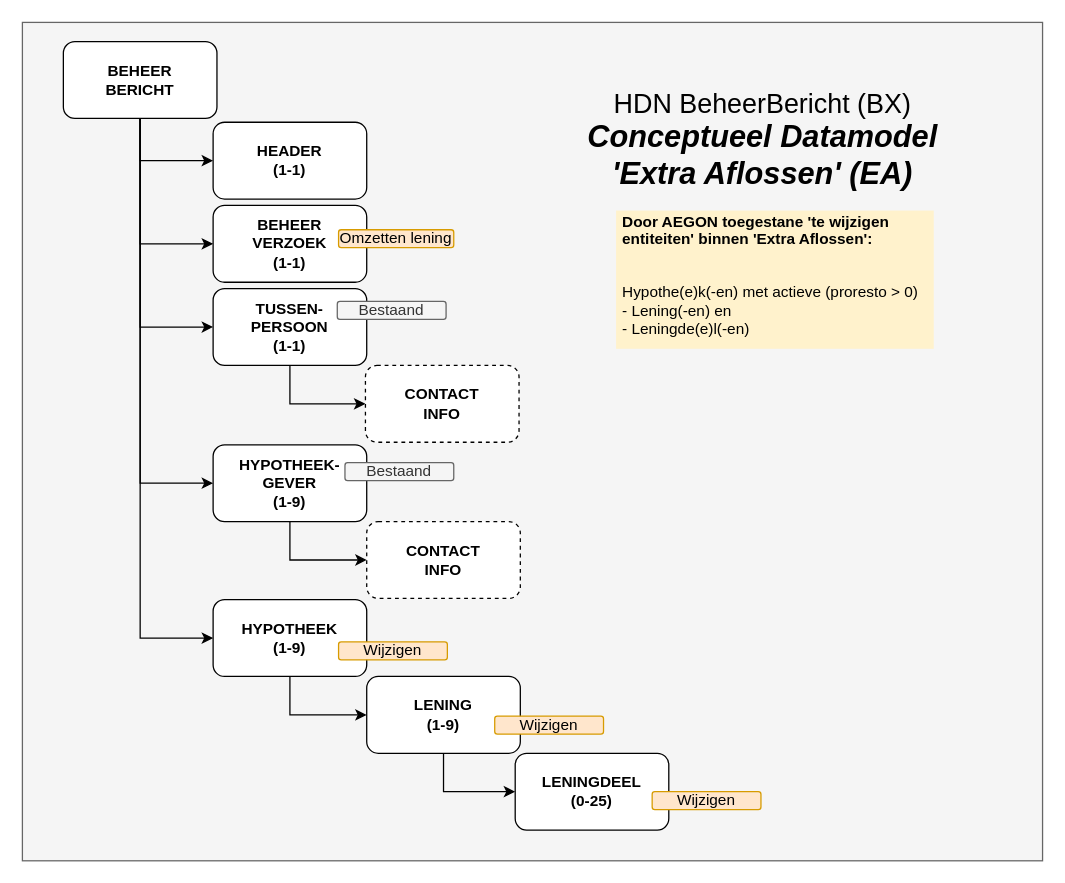
Before: page "DataModel EA" (1 of 4) of HDN_BX_MM_ExtraAflossing.drawio in luchthandel/diagrams, a draw.io diagram. Source tidied: cells renumbered, new cells numbered last; positions are measured from the earlier drawing's top-left corner, leaving out a move shared by most shapes. Both pictures are drawn from the tidied source at 128%, with x=0, y=0 at pixel (22, 22).
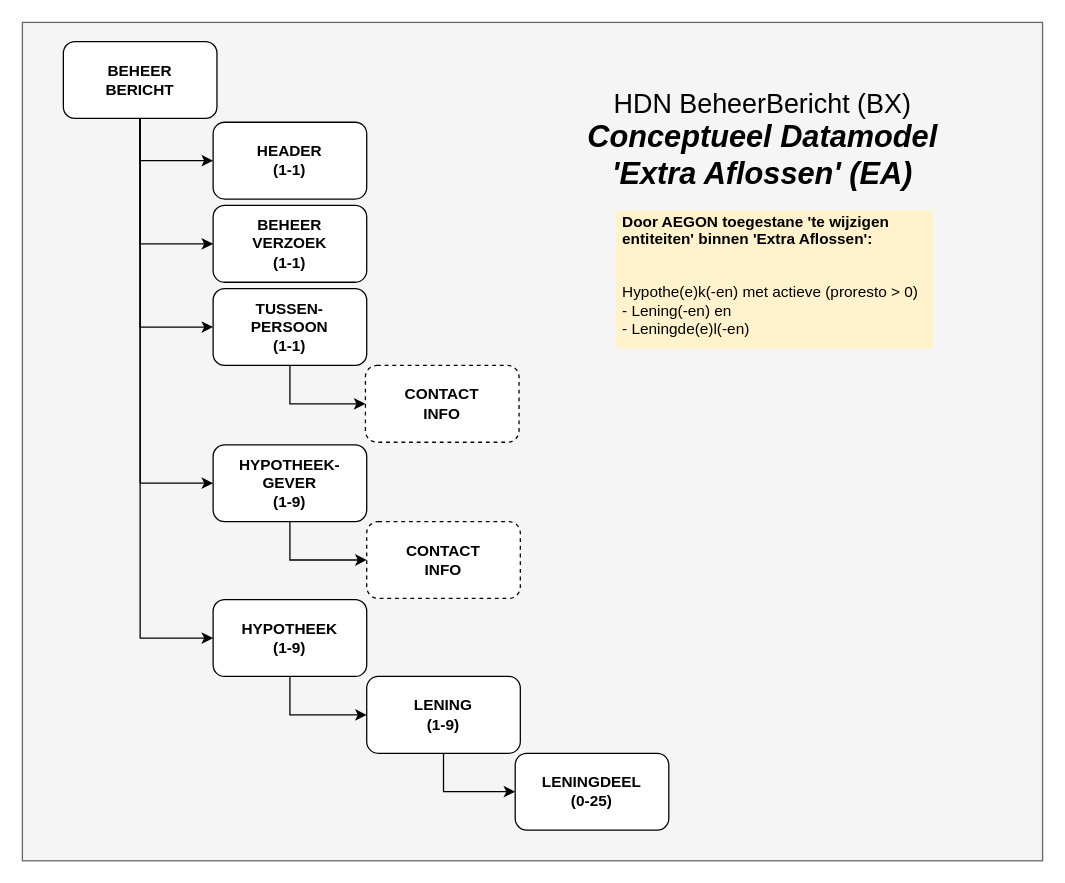
Above is the later version.

Diff of the diagram source:
```diff
@@
-    <mxCell id="20" value="&lt;span style=&quot;font-weight: 400&quot;&gt;Bestaand&lt;/span&gt;" style="rounded=1;whiteSpace=wrap;html=1;fontStyle=1;fillColor=#f5f5f5;strokeColor=#666666;fontColor=#333333;" parent="1" vertex="1">
-      <mxGeometry x="252" y="344" width="85" height="14" as="geometry" />
-    </mxCell>
-    <mxCell id="21" value="&lt;span style=&quot;font-weight: 400&quot;&gt;Wijzigen&lt;/span&gt;" style="rounded=1;whiteSpace=wrap;html=1;fontStyle=1;fillColor=#ffe6cc;strokeColor=#d79b00;" parent="1" vertex="1">
-      <mxGeometry x="247" y="484" width="85" height="14" as="geometry" />
-    </mxCell>
-    <mxCell id="22" value="&lt;span style=&quot;font-weight: 400&quot;&gt;Wijzigen&lt;/span&gt;" style="rounded=1;whiteSpace=wrap;html=1;fontStyle=1;fillColor=#ffe6cc;strokeColor=#d79b00;" parent="1" vertex="1">
-      <mxGeometry x="369" y="542" width="85" height="14" as="geometry" />
-    </mxCell>
-    <mxCell id="23" value="&lt;span style=&quot;font-weight: 400&quot;&gt;Wijzigen&lt;/span&gt;" style="rounded=1;whiteSpace=wrap;html=1;fontStyle=1;fillColor=#ffe6cc;strokeColor=#d79b00;" parent="1" vertex="1">
-      <mxGeometry x="492" y="601" width="85" height="14" as="geometry" />
-    </mxCell>
-    <mxCell id="24" value="&lt;span style=&quot;font-weight: 400&quot;&gt;Omzetten lening&lt;/span&gt;" style="rounded=1;whiteSpace=wrap;html=1;fontStyle=1;fillColor=#ffe6cc;strokeColor=#d79b00;" parent="1" vertex="1">
-      <mxGeometry x="247" y="162" width="90" height="14" as="geometry" />
-    </mxCell>
@@
-    <mxCell id="26" value="&lt;span style=&quot;font-weight: 400&quot;&gt;Bestaand&lt;/span&gt;" style="rounded=1;whiteSpace=wrap;html=1;fontStyle=1;fillColor=#f5f5f5;strokeColor=#666666;fontColor=#333333;" parent="1" vertex="1">
-      <mxGeometry x="246" y="218" width="85" height="14" as="geometry" />
-    </mxCell>
```
